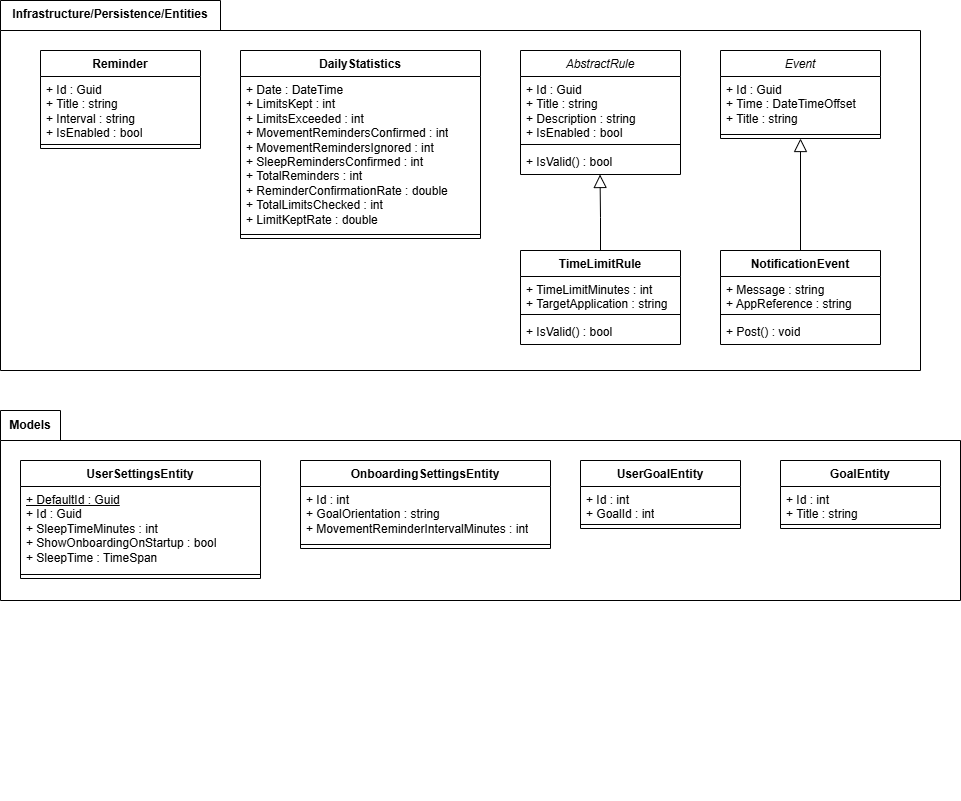
The draw.io diagram docs/diagramme/Klassendiagramm/domain_model_class-diagram.drawio.png in Tajan95/return-to-monkee, before a commit. Source tidied: cells renumbered, new cells last; positions are measured from the earlier drawing's top-left corner, leaving out a move shared by most shapes.
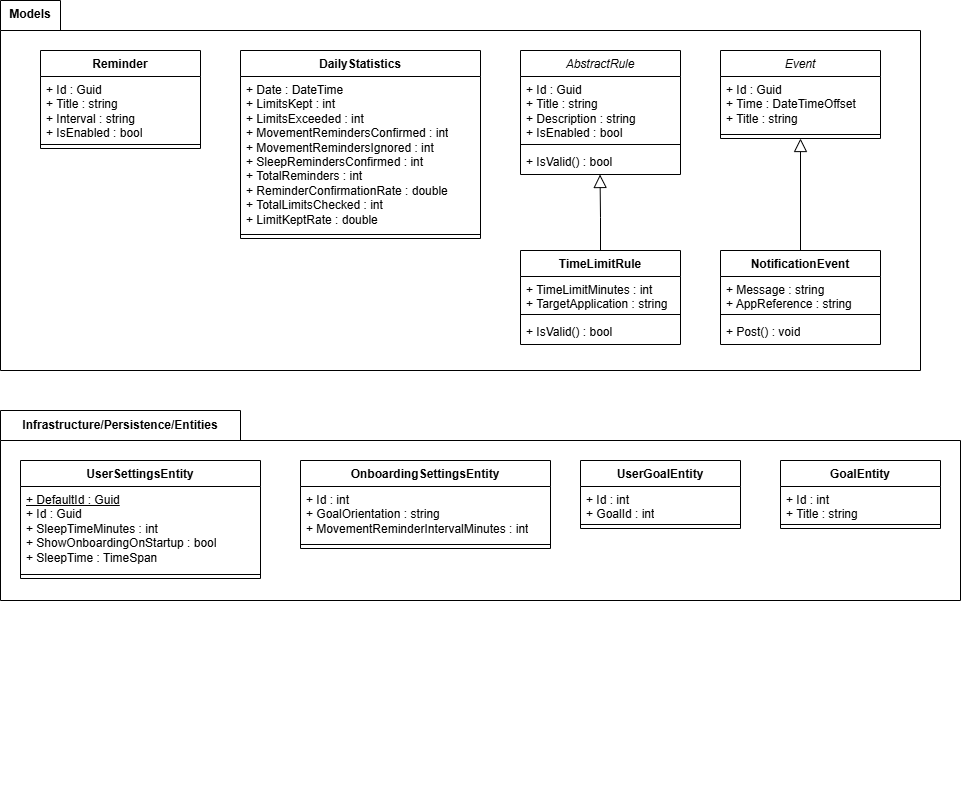
The same file after the commit.

The edit, as a diff of the source:
```diff
@@ -5,11 +5,11 @@
     <mxCell id="2" style="group;" parent="1" vertex="1">
       <mxGeometry width="920" height="370" as="geometry" />
     </mxCell>
-    <mxCell id="3" style="shape=folder;fontStyle=1;spacingTop=10;tabWidth=220;tabHeight=30;tabPosition=left;html=1;whiteSpace=wrap;" parent="2" vertex="1">
+    <mxCell id="3" style="shape=folder;fontStyle=1;spacingTop=10;tabWidth=60;tabHeight=30;tabPosition=left;html=1;whiteSpace=wrap;" parent="2" vertex="1">
       <mxGeometry width="920" height="370" as="geometry" />
     </mxCell>
-    <mxCell id="4" value="&lt;b&gt;Infrastructure/Persistence/Entities&lt;/b&gt;" style="text;html=1;whiteSpace=wrap;strokeColor=none;fillColor=none;align=center;verticalAlign=middle;rounded=0;" parent="2" vertex="1">
-      <mxGeometry x="80" width="60" height="28.5" as="geometry" />
+    <mxCell id="4" value="&lt;b&gt;Models&lt;/b&gt;" style="text;html=1;whiteSpace=wrap;strokeColor=none;fillColor=none;align=center;verticalAlign=middle;rounded=0;" parent="2" vertex="1">
+      <mxGeometry width="60" height="28.5" as="geometry" />
     </mxCell>
     <mxCell id="5" value="Reminder" style="swimlane;fontStyle=1;align=center;verticalAlign=top;horizontal=1;startSize=26;whiteSpace=wrap;html=1;" parent="1" vertex="1">
       <mxGeometry x="40" y="50" width="160" height="98" as="geometry" />
@@ -83,11 +83,11 @@
     <mxCell id="28" style="group;" parent="1" vertex="1">
       <mxGeometry y="410" width="960" height="390" as="geometry" />
     </mxCell>
-    <mxCell id="29" style="shape=folder;fontStyle=1;spacingTop=10;tabWidth=60;tabHeight=30;tabPosition=left;html=1;whiteSpace=wrap;" parent="28" vertex="1">
+    <mxCell id="29" style="shape=folder;fontStyle=1;spacingTop=10;tabWidth=240;tabHeight=30;tabPosition=left;html=1;whiteSpace=wrap;" parent="28" vertex="1">
       <mxGeometry width="960" height="190" as="geometry" />
     </mxCell>
-    <mxCell id="30" value="&lt;b&gt;Models&lt;/b&gt;" style="text;html=1;whiteSpace=wrap;strokeColor=none;fillColor=none;align=center;verticalAlign=middle;rounded=0;" parent="28" vertex="1">
-      <mxGeometry width="60" height="30" as="geometry" />
+    <mxCell id="30" value="&lt;b&gt;Infrastructure/Persistence/Entities&lt;/b&gt;" style="text;html=1;whiteSpace=wrap;strokeColor=none;fillColor=none;align=center;verticalAlign=middle;rounded=0;" parent="28" vertex="1">
+      <mxGeometry x="90" width="60" height="30" as="geometry" />
     </mxCell>
     <mxCell id="31" value="GoalEntity" style="swimlane;fontStyle=1;align=center;verticalAlign=top;horizontal=1;startSize=26;whiteSpace=wrap;html=1;" parent="28" vertex="1">
       <mxGeometry x="780" y="50" width="160" height="68" as="geometry" />
```
